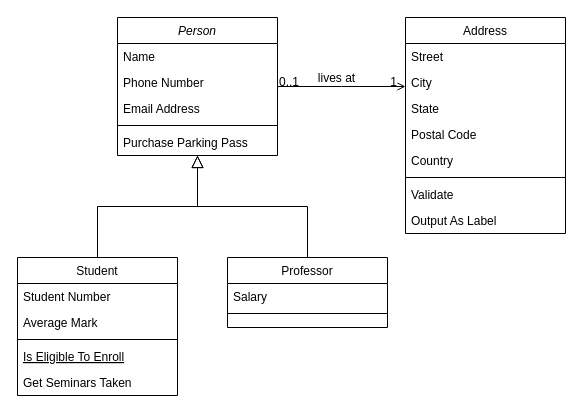
This is 3. Modelado de Datos/Diagrama sin título.drawio from Elkinrodriguez77/Programa-Power-BI-Mastery, a draw.io file, before an edit. Source tidied: cells renumbered, new cells numbered last; positions are measured from the earlier drawing's top-left corner, leaving out a move shared by most shapes. Both pictures are drawn from the tidied source at 100%, with x=0, y=0 at pixel (17, 17).
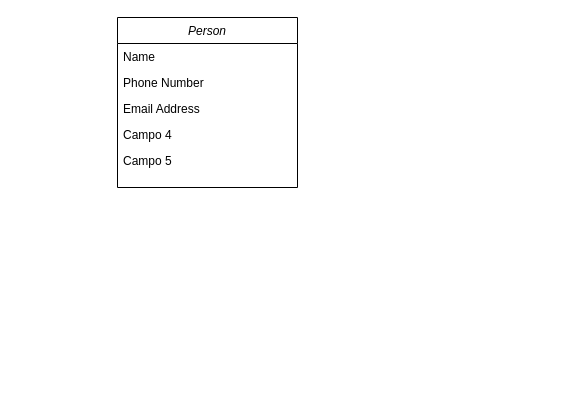
Above is the later version.

Commit message:
Diagrama Entidad - Relación Universidad.drawio

What changed in the source:
```diff
@@
     <mxCell id="2" value="Person" style="swimlane;fontStyle=2;align=center;verticalAlign=top;horizontal=1;startSize=26;rounded=0;shadow=0;strokeWidth=1;" parent="1" vertex="1">
-      <mxGeometry x="100" width="160" height="138" as="geometry" />
+      <mxGeometry x="100" width="180" height="170" as="geometry" />
     </mxCell>
     <mxCell id="3" value="Name" style="text;align=left;verticalAlign=top;spacingLeft=4;spacingRight=4;overflow=hidden;" parent="2" vertex="1">
-      <mxGeometry y="26" width="160" height="26" as="geometry" />
+      <mxGeometry y="26" width="180" height="26" as="geometry" />
     </mxCell>
     <mxCell id="4" value="Phone Number" style="text;align=left;verticalAlign=top;spacingLeft=4;spacingRight=4;overflow=hidden;rounded=0;shadow=0;html=0;" parent="2" vertex="1">
-      <mxGeometry y="52" width="160" height="26" as="geometry" />
+      <mxGeometry y="52" width="180" height="26" as="geometry" />
     </mxCell>
     <mxCell id="5" value="Email Address" style="text;align=left;verticalAlign=top;spacingLeft=4;spacingRight=4;overflow=hidden;rounded=0;shadow=0;html=0;" parent="2" vertex="1">
-      <mxGeometry y="78" width="160" height="26" as="geometry" />
+      <mxGeometry y="78" width="180" height="26" as="geometry" />
     </mxCell>
-    <mxCell id="6" style="line;html=1;strokeWidth=1;align=left;verticalAlign=middle;spacingTop=-1;spacingLeft=3;spacingRight=3;labelPosition=right;" parent="2" vertex="1">
-      <mxGeometry y="104" width="160" height="8" as="geometry" />
-    </mxCell>
-    <mxCell id="7" value="Purchase Parking Pass" style="text;align=left;verticalAlign=top;spacingLeft=4;spacingRight=4;overflow=hidden;" parent="2" vertex="1">
-      <mxGeometry y="112" width="160" height="26" as="geometry" />
-    </mxCell>
-    <mxCell id="8" value="Student" style="swimlane;fontStyle=0;align=center;verticalAlign=top;horizontal=1;startSize=26;rounded=0;shadow=0;strokeWidth=1;" parent="1" vertex="1">
-      <mxGeometry y="240" width="160" height="138" as="geometry" />
-    </mxCell>
-    <mxCell id="9" value="Student Number" style="text;align=left;verticalAlign=top;spacingLeft=4;spacingRight=4;overflow=hidden;" parent="8" vertex="1">
-      <mxGeometry y="26" width="160" height="26" as="geometry" />
-    </mxCell>
-    <mxCell id="10" value="Average Mark" style="text;align=left;verticalAlign=top;spacingLeft=4;spacingRight=4;overflow=hidden;rounded=0;shadow=0;html=0;" parent="8" vertex="1">
-      <mxGeometry y="52" width="160" height="26" as="geometry" />
-    </mxCell>
-    <mxCell id="11" style="line;html=1;strokeWidth=1;align=left;verticalAlign=middle;spacingTop=-1;spacingLeft=3;spacingRight=3;labelPosition=right;" parent="8" vertex="1">
-      <mxGeometry y="78" width="160" height="8" as="geometry" />
-    </mxCell>
-    <mxCell id="12" value="Is Eligible To Enroll" style="text;align=left;verticalAlign=top;spacingLeft=4;spacingRight=4;overflow=hidden;fontStyle=4;" parent="8" vertex="1">
-      <mxGeometry y="86" width="160" height="26" as="geometry" />
-    </mxCell>
-    <mxCell id="13" value="Get Seminars Taken" style="text;align=left;verticalAlign=top;spacingLeft=4;spacingRight=4;overflow=hidden;" parent="8" vertex="1">
-      <mxGeometry y="112" width="160" height="26" as="geometry" />
-    </mxCell>
-    <mxCell id="14" style="endArrow=block;endSize=10;endFill=0;shadow=0;strokeWidth=1;rounded=0;edgeStyle=elbowEdgeStyle;elbow=vertical;" parent="1" edge="1" source="8" target="2">
-      <mxGeometry relative="1" as="geometry" />
-    </mxCell>
-    <mxCell id="15" value="Professor" style="swimlane;fontStyle=0;align=center;verticalAlign=top;horizontal=1;startSize=26;rounded=0;shadow=0;strokeWidth=1;" parent="1" vertex="1">
-      <mxGeometry x="210" y="240" width="160" height="70" as="geometry" />
-    </mxCell>
-    <mxCell id="16" value="Salary" style="text;align=left;verticalAlign=top;spacingLeft=4;spacingRight=4;overflow=hidden;" parent="15" vertex="1">
-      <mxGeometry y="26" width="160" height="26" as="geometry" />
-    </mxCell>
-    <mxCell id="17" style="line;html=1;strokeWidth=1;align=left;verticalAlign=middle;spacingTop=-1;spacingLeft=3;spacingRight=3;labelPosition=right;" parent="15" vertex="1">
-      <mxGeometry y="52" width="160" height="8" as="geometry" />
-    </mxCell>
-    <mxCell id="18" style="endArrow=block;endSize=10;endFill=0;shadow=0;strokeWidth=1;rounded=0;edgeStyle=elbowEdgeStyle;elbow=vertical;" parent="1" edge="1" source="15" target="2">
-      <mxGeometry relative="1" as="geometry" />
-    </mxCell>
-    <mxCell id="19" value="Address" style="swimlane;fontStyle=0;align=center;verticalAlign=top;horizontal=1;startSize=26;rounded=0;shadow=0;strokeWidth=1;" parent="1" vertex="1">
-      <mxGeometry x="388" width="160" height="216" as="geometry" />
-    </mxCell>
-    <mxCell id="20" value="Street" style="text;align=left;verticalAlign=top;spacingLeft=4;spacingRight=4;overflow=hidden;" parent="19" vertex="1">
-      <mxGeometry y="26" width="160" height="26" as="geometry" />
-    </mxCell>
-    <mxCell id="21" value="City" style="text;align=left;verticalAlign=top;spacingLeft=4;spacingRight=4;overflow=hidden;rounded=0;shadow=0;html=0;" parent="19" vertex="1">
-      <mxGeometry y="52" width="160" height="26" as="geometry" />
-    </mxCell>
-    <mxCell id="22" value="State" style="text;align=left;verticalAlign=top;spacingLeft=4;spacingRight=4;overflow=hidden;rounded=0;shadow=0;html=0;" parent="19" vertex="1">
-      <mxGeometry y="78" width="160" height="26" as="geometry" />
-    </mxCell>
-    <mxCell id="23" value="Postal Code" style="text;align=left;verticalAlign=top;spacingLeft=4;spacingRight=4;overflow=hidden;rounded=0;shadow=0;html=0;" parent="19" vertex="1">
-      <mxGeometry y="104" width="160" height="26" as="geometry" />
-    </mxCell>
-    <mxCell id="24" value="Country" style="text;align=left;verticalAlign=top;spacingLeft=4;spacingRight=4;overflow=hidden;rounded=0;shadow=0;html=0;" parent="19" vertex="1">
-      <mxGeometry y="130" width="160" height="26" as="geometry" />
-    </mxCell>
-    <mxCell id="25" style="line;html=1;strokeWidth=1;align=left;verticalAlign=middle;spacingTop=-1;spacingLeft=3;spacingRight=3;labelPosition=right;" parent="19" vertex="1">
-      <mxGeometry y="156" width="160" height="8" as="geometry" />
-    </mxCell>
-    <mxCell id="26" value="Validate" style="text;align=left;verticalAlign=top;spacingLeft=4;spacingRight=4;overflow=hidden;" parent="19" vertex="1">
-      <mxGeometry y="164" width="160" height="26" as="geometry" />
-    </mxCell>
-    <mxCell id="27" value="Output As Label" style="text;align=left;verticalAlign=top;spacingLeft=4;spacingRight=4;overflow=hidden;" parent="19" vertex="1">
-      <mxGeometry y="190" width="160" height="26" as="geometry" />
-    </mxCell>
-    <mxCell id="28" style="endArrow=open;shadow=0;strokeWidth=1;rounded=0;endFill=1;edgeStyle=elbowEdgeStyle;elbow=vertical;" parent="1" edge="1" source="2" target="19">
-      <mxGeometry x="0.5" y="41" relative="1" as="geometry">
-        <mxPoint x="-40" y="32" as="offset" />
-      </mxGeometry>
-    </mxCell>
-    <mxCell id="29" value="0..1" style="align=left;verticalAlign=bottom;labelBackgroundColor=none;fontSize=12;" parent="28" vertex="1">
-      <mxGeometry x="-1" relative="1" as="geometry">
-        <mxPoint y="4" as="offset" />
-      </mxGeometry>
-    </mxCell>
-    <mxCell id="30" value="1" style="align=right;verticalAlign=bottom;labelBackgroundColor=none;fontSize=12;" parent="28" vertex="1">
-      <mxGeometry x="1" relative="1" as="geometry">
-        <mxPoint x="-7" y="4" as="offset" />
-      </mxGeometry>
-    </mxCell>
-    <mxCell id="31" value="lives at" style="text;html=1;align=center;verticalAlign=middle;labelBackgroundColor=none;rounded=0;shadow=0;strokeWidth=1;fontSize=12;" parent="28" vertex="1">
-      <mxGeometry x="0.5" y="49" relative="1" as="geometry">
-        <mxPoint x="-38" y="40" as="offset" />
-      </mxGeometry>
-    </mxCell>
+    <mxCell id="32" value="Campo 4" style="text;align=left;verticalAlign=top;spacingLeft=4;spacingRight=4;overflow=hidden;rounded=0;shadow=0;html=0;" parent="2" vertex="1">
+      <mxGeometry y="104" width="180" height="26" as="geometry" />
+    </mxCell>
+    <mxCell id="33" value="Campo 5" style="text;align=left;verticalAlign=top;spacingLeft=4;spacingRight=4;overflow=hidden;rounded=0;shadow=0;html=0;" parent="2" vertex="1">
+      <mxGeometry y="130" width="180" height="26" as="geometry" />
+    </mxCell>
```
